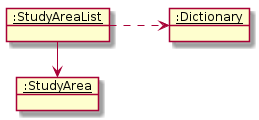
This is docs/images/StudyAreaObjectDiagram.png from terrytay/tp, a PlantUML export, as it was before one commit. Its diagram source:
```plantuml
@startuml
left to right direction

object "__:StudyAreaList__" as sL
object "__:Dictionary__" as d
object "__:StudyArea__" as sA

sL -> sA
sL ..> d
@enduml
```
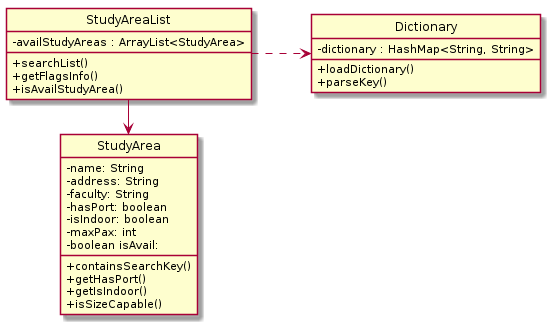
The same file after the commit.

The edit, as a diff of the source:
```diff
@@ -1,10 +1,44 @@
 @startuml
+skinparam classAttributeIconSize 0
 left to right direction
 
-object "__:StudyAreaList__" as sL
-object "__:Dictionary__" as d
-object "__:StudyArea__" as sA
+class "StudyAreaList" as sL
+class "Dictionary" as d
+class "StudyArea" as sA
+
+class sL {
+ - availStudyAreas : ArrayList<StudyArea>
+
+  + searchList()
+  + getFlagsInfo()
+  + isAvailStudyArea()
+}
+
+class sA {
+    - name: String
+    - address: String
+    - faculty: String
+    - hasPort: boolean
+    - isIndoor: boolean
+    - maxPax: int
+    - boolean isAvail:
+
+  + containsSearchKey()
+  + getHasPort()
+  + getIsIndoor()
+  + isSizeCapable()
+}
+
+class d {
+
+  - dictionary : HashMap<String, String>
+
+  + loadDictionary()
+  + parseKey()
+  }
 
 sL -> sA
 sL ..> d
+
+hide circle
 @enduml
```
